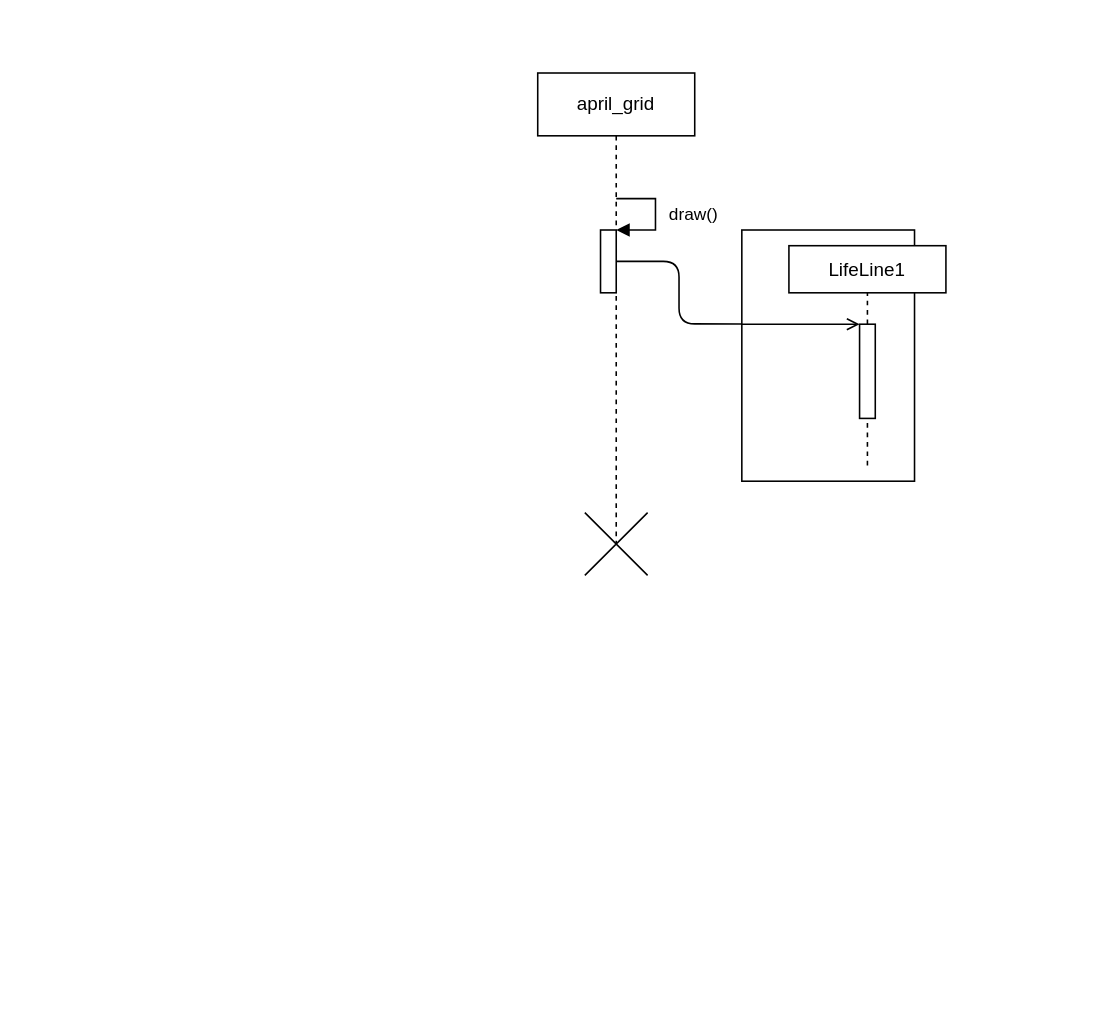
Earlier version of the draw.io diagram page "Page-1" (1 of 2) of example/system.drawio (pyro001/apriltag). Source tidied: cells renumbered, new cells numbered last; positions are measured from the earlier drawing's top-left corner, leaving out a move shared by most shapes. Both pictures are drawn from the tidied source at 157%, with x=0, y=0 at pixel (537, 72).
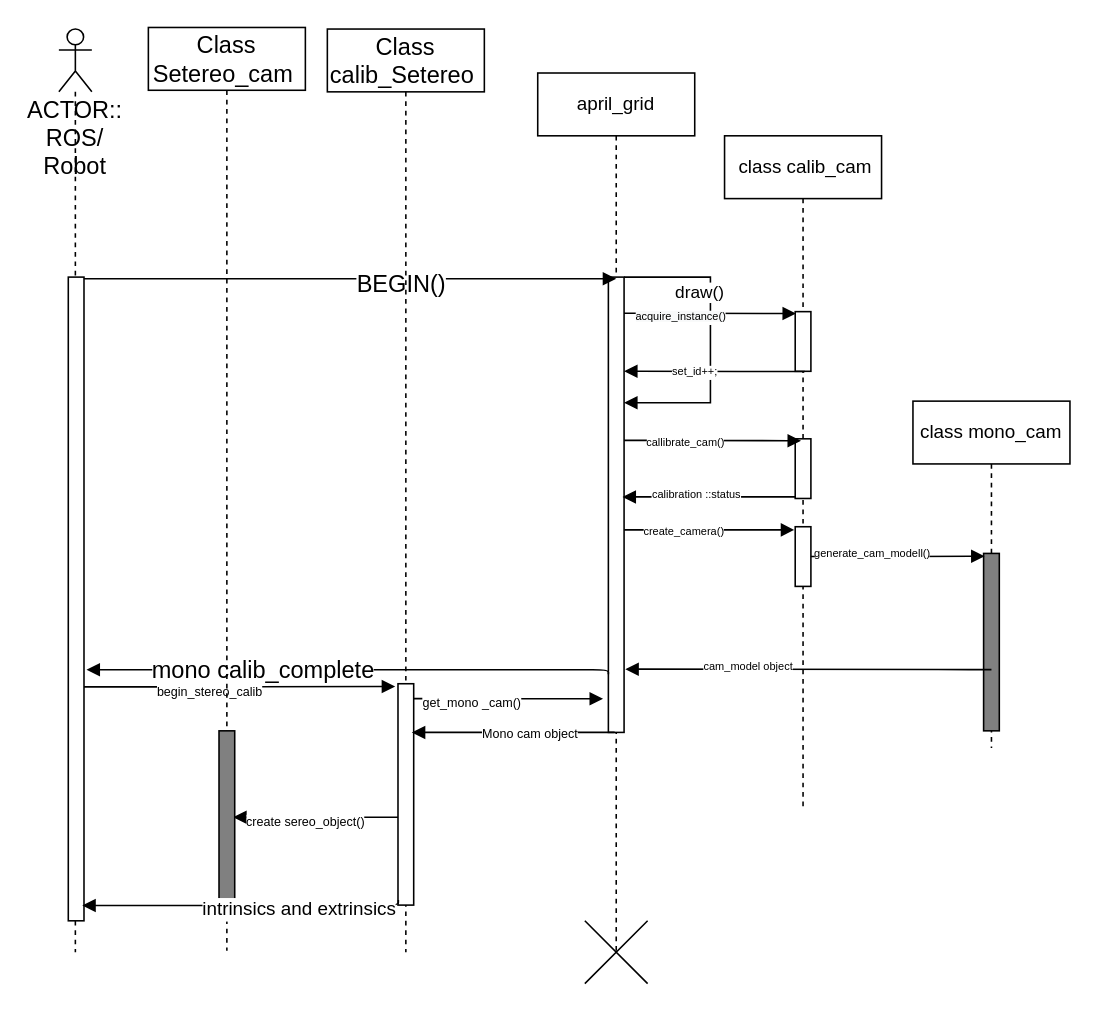
After the change.

Diff of the diagram source:
```diff
@@
     <mxCell id="2" value="april_grid" style="shape=umlLifeline;perimeter=lifelinePerimeter;whiteSpace=wrap;html=1;" parent="1" vertex="1">
-      <mxGeometry width="100" height="300" as="geometry" />
+      <mxGeometry width="100" height="560" as="geometry" />
     </mxCell>
-    <mxCell id="3" style="shape=umlDestroy;dashed=0;" parent="2" vertex="1">
-      <mxGeometry x="30" y="280" width="40" height="40" as="geometry" />
-    </mxCell>
     <mxCell id="4" style="html=1;points=[];perimeter=orthogonalPerimeter;" parent="2" vertex="1">
-      <mxGeometry x="40" y="100" width="10" height="40" as="geometry" />
+      <mxGeometry x="45" y="130" width="10" height="290" as="geometry" />
     </mxCell>
-    <mxCell id="5" value="draw()" style="edgeStyle=orthogonalEdgeStyle;html=1;align=left;spacingLeft=2;endArrow=block;rounded=0;entryX=1;entryY=0;" parent="2" edge="1" target="4">
-      <mxGeometry y="5" relative="1" as="geometry">
-        <mxPoint x="50" y="80" as="sourcePoint" />
+    <mxCell id="5" value="draw()" style="edgeStyle=orthogonalEdgeStyle;html=1;align=left;spacingLeft=2;endArrow=block;rounded=0;" parent="2" edge="1">
+      <mxGeometry x="-0.69" y="-10" relative="1" as="geometry">
+        <mxPoint x="55" y="130" as="sourcePoint" />
+        <mxPoint x="55" y="210" as="targetPoint" />
         <Array as="points">
-          <mxPoint x="75" y="80" />
-          <mxPoint x="75" y="100" />
+          <mxPoint x="110" y="130" />
+          <mxPoint x="110" y="210" />
         </Array>
       </mxGeometry>
     </mxCell>
-    <mxCell id="6" style="rounded=0;dashed=0;" parent="1" vertex="1">
-      <mxGeometry x="130" y="100" width="110" height="160" as="geometry" />
-    </mxCell>
-    <mxCell id="7" value="LifeLine1" style="rounded=0;dashed=0;" parent="6" vertex="1">
-      <mxGeometry x="30" y="10" width="100" height="30" as="geometry" />
-    </mxCell>
-    <mxCell id="8" style="rounded=0;dashed=0;" parent="6" vertex="1">
-      <mxGeometry x="75" y="60" width="10" height="60" as="geometry" />
-    </mxCell>
-    <mxCell id="9" style="html=1;verticalAlign=bottom;startArrow=none;endArrow=none;dashed=1;" parent="6" edge="1" source="8" target="7">
-      <mxGeometry relative="1" as="geometry" />
-    </mxCell>
-    <mxCell id="10" style="html=1;verticalAlign=bottom;startArrow=none;endArrow=none;dashed=1;" parent="6" edge="1" target="8">
-      <mxGeometry relative="1" as="geometry">
-        <mxPoint x="80" y="150" as="sourcePoint" />
-      </mxGeometry>
-    </mxCell>
-    <mxCell id="11" style="html=1;verticalAlign=bottom;startArrow=none;endArrow=open;endFill=0;" parent="6" edge="1">
-      <mxGeometry relative="1" as="geometry">
-        <mxPoint y="60" as="sourcePoint" />
-        <mxPoint x="75" y="60" as="targetPoint" />
-      </mxGeometry>
-    </mxCell>
-    <mxCell id="12" style="edgeStyle=orthogonalEdgeStyle;html=1;entryX=0.001;entryY=0.374;entryDx=0;entryDy=0;entryPerimeter=0;endArrow=none;endFill=0;" parent="1" edge="1" source="4" target="6">
-      <mxGeometry relative="1" as="geometry" />
-    </mxCell>
+    <mxCell id="13" value="class mono_cam" style="shape=umlLifeline;perimeter=lifelinePerimeter;whiteSpace=wrap;html=1;" parent="1" vertex="1">
+      <mxGeometry x="239" y="209" width="100" height="221" as="geometry" />
+    </mxCell>
+    <mxCell id="14" style="html=1;points=[];perimeter=orthogonalPerimeter;fillColor=#808080;" parent="13" vertex="1">
+      <mxGeometry x="45" y="97" width="10" height="113" as="geometry" />
+    </mxCell>
+    <mxCell id="15" value="&amp;nbsp;class calib_cam" style="shape=umlLifeline;perimeter=lifelinePerimeter;whiteSpace=wrap;html=1;" parent="1" vertex="1">
+      <mxGeometry x="119" y="40" width="100" height="430" as="geometry" />
+    </mxCell>
+    <mxCell id="16" style="html=1;perimeter=orthogonalPerimeter;" parent="15" vertex="1">
+      <mxGeometry x="45" y="112" width="10" height="38" as="geometry" />
+    </mxCell>
+    <mxCell id="17" style="html=1;points=[];perimeter=orthogonalPerimeter;" parent="15" vertex="1">
+      <mxGeometry x="45" y="249" width="10" height="38" as="geometry" />
+    </mxCell>
+    <mxCell id="3" style="shape=umlDestroy;dashed=0;" parent="1" vertex="1">
+      <mxGeometry x="30" y="540" width="40" height="40" as="geometry" />
+    </mxCell>
+    <mxCell id="18" style="edgeStyle=orthogonalEdgeStyle;html=1;fontSize=7;endArrow=block;endFill=1;exitX=0.72;exitY=0.976;exitDx=0;exitDy=0;exitPerimeter=0;" parent="1" edge="1">
+      <mxGeometry relative="1" as="geometry">
+        <mxPoint x="170.2" y="190.1" as="sourcePoint" />
+        <mxPoint x="55" y="190" as="targetPoint" />
+        <Array as="points">
+          <mxPoint x="139" y="190" />
+          <mxPoint x="139" y="190" />
+        </Array>
+      </mxGeometry>
+    </mxCell>
+    <mxCell id="19" value="set_id++;" style="edgeLabel;html=1;align=center;verticalAlign=middle;fontSize=7;" parent="18" vertex="1">
+      <mxGeometry x="0.24" relative="1" as="geometry" />
+    </mxCell>
+    <mxCell id="20" style="edgeStyle=orthogonalEdgeStyle;html=1;fontSize=7;endArrow=block;endFill=1;" parent="1" edge="1" source="4">
+      <mxGeometry relative="1" as="geometry">
+        <mxPoint x="164.5" y="153.2" as="targetPoint" />
+        <Array as="points">
+          <mxPoint x="80" y="153" />
+          <mxPoint x="80" y="153" />
+        </Array>
+      </mxGeometry>
+    </mxCell>
+    <mxCell id="21" value="&lt;span style=&quot;background-color: rgb(248 , 249 , 250)&quot;&gt;acquire_instance()&lt;/span&gt;" style="edgeLabel;html=1;align=center;verticalAlign=middle;fontSize=7;" parent="20" vertex="1">
+      <mxGeometry x="-0.35" y="-2" relative="1" as="geometry" />
+    </mxCell>
+    <mxCell id="22" style="edgeStyle=orthogonalEdgeStyle;html=1;fontSize=7;endArrow=block;endFill=1;" parent="1" edge="1">
+      <mxGeometry relative="1" as="geometry">
+        <mxPoint x="164" y="270" as="sourcePoint" />
+        <mxPoint x="54" y="270" as="targetPoint" />
+        <Array as="points">
+          <mxPoint x="140" y="270" />
+          <mxPoint x="140" y="270" />
+        </Array>
+      </mxGeometry>
+    </mxCell>
+    <mxCell id="23" value="calibration ::status" style="edgeLabel;html=1;align=center;verticalAlign=middle;fontSize=7;" parent="22" vertex="1">
+      <mxGeometry x="0.16" y="-2" relative="1" as="geometry" />
+    </mxCell>
+    <mxCell id="24" style="html=1;perimeter=orthogonalPerimeter;" parent="1" vertex="1">
+      <mxGeometry x="164" y="233" width="10" height="38" as="geometry" />
+    </mxCell>
+    <mxCell id="25" style="edgeStyle=orthogonalEdgeStyle;html=1;fontSize=7;endArrow=block;endFill=1;" parent="1" edge="1" source="4">
+      <mxGeometry relative="1" as="geometry">
+        <mxPoint x="167.7" y="234.2" as="targetPoint" />
+        <Array as="points">
+          <mxPoint x="80" y="234" />
+          <mxPoint x="80" y="234" />
+        </Array>
+      </mxGeometry>
+    </mxCell>
+    <mxCell id="26" value="callibrate_cam()" style="edgeLabel;html=1;align=center;verticalAlign=middle;fontSize=7;" parent="25" vertex="1">
+      <mxGeometry x="-0.3" y="-1" relative="1" as="geometry" />
+    </mxCell>
+    <mxCell id="27" style="edgeStyle=orthogonalEdgeStyle;html=1;entryX=0.062;entryY=0.016;entryDx=0;entryDy=0;entryPerimeter=0;fontSize=7;endArrow=block;endFill=1;" parent="1" edge="1" source="17" target="14">
+      <mxGeometry relative="1" as="geometry" />
+    </mxCell>
+    <mxCell id="28" value="generate_cam_modell()" style="edgeLabel;html=1;align=center;verticalAlign=middle;fontSize=7;" parent="27" vertex="1">
+      <mxGeometry x="-0.31" y="2" relative="1" as="geometry" />
+    </mxCell>
+    <mxCell id="29" style="edgeStyle=orthogonalEdgeStyle;html=1;fontSize=7;endArrow=block;endFill=1;" parent="1" edge="1" source="4">
+      <mxGeometry relative="1" as="geometry">
+        <mxPoint x="163.4" y="291" as="targetPoint" />
+        <Array as="points">
+          <mxPoint x="80" y="291" />
+          <mxPoint x="80" y="291" />
+        </Array>
+      </mxGeometry>
+    </mxCell>
+    <mxCell id="30" value="create_camera()" style="edgeLabel;html=1;align=center;verticalAlign=middle;fontSize=7;" parent="29" vertex="1">
+      <mxGeometry x="-0.31" y="-1" relative="1" as="geometry" />
+    </mxCell>
+    <mxCell id="31" style="edgeStyle=orthogonalEdgeStyle;html=1;fontSize=7;endArrow=block;endFill=1;" parent="1" edge="1">
+      <mxGeometry relative="1" as="geometry">
+        <mxPoint x="289" y="380" as="sourcePoint" />
+        <mxPoint x="55.8" y="379.7" as="targetPoint" />
+        <Array as="points">
+          <mxPoint x="265" y="380" />
+          <mxPoint x="265" y="380" />
+        </Array>
+      </mxGeometry>
+    </mxCell>
+    <mxCell id="32" value="cam_model object" style="edgeLabel;html=1;align=center;verticalAlign=middle;fontSize=7;" parent="31" vertex="1">
+      <mxGeometry x="0.34" y="-1" relative="1" as="geometry" />
+    </mxCell>
+    <mxCell id="33" style="edgeStyle=orthogonalEdgeStyle;html=1;fontSize=15;endArrow=block;endFill=1;" parent="1" edge="1">
+      <mxGeometry relative="1" as="geometry">
+        <mxPoint x="-294.7" y="131" as="sourcePoint" />
+        <mxPoint x="50" y="131" as="targetPoint" />
+        <Array as="points">
+          <mxPoint x="40" y="131" />
+        </Array>
+      </mxGeometry>
+    </mxCell>
+    <mxCell id="34" value="BEGIN()" style="edgeLabel;html=1;align=center;verticalAlign=middle;fontSize=15;" parent="33" vertex="1">
+      <mxGeometry x="0.2" y="-2" relative="1" as="geometry" />
+    </mxCell>
+    <mxCell id="35" value="&lt;font style=&quot;font-size: 15px&quot;&gt;ACTOR:: ROS/ Robot&lt;/font&gt;" style="shape=umlLifeline;participant=umlActor;perimeter=lifelinePerimeter;whiteSpace=wrap;html=1;verticalAlign=top;spacingTop=36;fontSize=7;" parent="1" vertex="1">
+      <mxGeometry x="-305" y="-28" width="21" height="588" as="geometry" />
+    </mxCell>
+    <mxCell id="36" value="Class calib_Setereo&amp;nbsp;" style="shape=umlLifeline;perimeter=lifelinePerimeter;whiteSpace=wrap;html=1;fontSize=15;" parent="1" vertex="1">
+      <mxGeometry x="-134" y="-28" width="100" height="588" as="geometry" />
+    </mxCell>
+    <mxCell id="37" style="edgeStyle=orthogonalEdgeStyle;html=1;entryX=-0.183;entryY=0.055;entryDx=0;entryDy=0;entryPerimeter=0;fontSize=15;endArrow=block;endFill=1;" parent="1" edge="1">
+      <mxGeometry relative="1" as="geometry">
+        <mxPoint x="-289" y="391" as="sourcePoint" />
+        <mxPoint x="-90.8" y="390.8" as="targetPoint" />
+        <Array as="points">
+          <mxPoint x="-254" y="391" />
+          <mxPoint x="-254" y="391" />
+        </Array>
+      </mxGeometry>
+    </mxCell>
+    <mxCell id="38" value="&lt;font style=&quot;font-size: 8px&quot;&gt;begin_stereo_calib&lt;/font&gt;" style="edgeLabel;html=1;align=center;verticalAlign=middle;fontSize=15;" parent="37" vertex="1">
+      <mxGeometry x="-0.19" relative="1" as="geometry" />
+    </mxCell>
+    <mxCell id="39" style="html=1;perimeter=orthogonalPerimeter;" parent="1" vertex="1">
+      <mxGeometry x="-299" y="130" width="10" height="410" as="geometry" />
+    </mxCell>
+    <mxCell id="40" style="edgeStyle=orthogonalEdgeStyle;html=1;fontSize=15;endArrow=block;endFill=1;entryX=1.162;entryY=0.615;entryDx=0;entryDy=0;entryPerimeter=0;" parent="1" edge="1">
+      <mxGeometry relative="1" as="geometry">
+        <mxPoint x="45" y="383" as="sourcePoint" />
+        <mxPoint x="-287.4" y="380.1" as="targetPoint" />
+        <Array as="points">
+          <mxPoint x="45" y="380" />
+        </Array>
+      </mxGeometry>
+    </mxCell>
+    <mxCell id="41" value="mono calib_complete" style="edgeLabel;html=1;align=center;verticalAlign=middle;fontSize=15;" parent="40" vertex="1">
+      <mxGeometry x="0.19" y="1" relative="1" as="geometry">
+        <mxPoint x="-23" y="-2" as="offset" />
+      </mxGeometry>
+    </mxCell>
+    <mxCell id="42" style="edgeStyle=orthogonalEdgeStyle;html=1;entryX=-0.341;entryY=0.926;entryDx=0;entryDy=0;entryPerimeter=0;fontSize=8;endArrow=block;endFill=1;" parent="1" edge="1" source="46" target="4">
+      <mxGeometry relative="1" as="geometry">
+        <Array as="points">
+          <mxPoint x="-19" y="399" />
+        </Array>
+      </mxGeometry>
+    </mxCell>
+    <mxCell id="43" value="get_mono _cam()" style="edgeLabel;html=1;align=center;verticalAlign=middle;fontSize=8;" parent="42" vertex="1">
+      <mxGeometry x="-0.4" y="-2" relative="1" as="geometry" />
+    </mxCell>
+    <mxCell id="44" style="edgeStyle=orthogonalEdgeStyle;html=1;entryX=0.9;entryY=0.097;entryDx=0;entryDy=0;entryPerimeter=0;fontSize=8;endArrow=block;endFill=1;" parent="1" edge="1">
+      <mxGeometry relative="1" as="geometry">
+        <mxPoint x="-89" y="474" as="sourcePoint" />
+        <mxPoint x="-194" y="474" as="targetPoint" />
+        <Array as="points">
+          <mxPoint x="-124" y="474" />
+          <mxPoint x="-124" y="474" />
+        </Array>
+      </mxGeometry>
+    </mxCell>
+    <mxCell id="45" value="create sereo_object()" style="edgeLabel;html=1;align=center;verticalAlign=middle;fontSize=8;" parent="44" vertex="1">
+      <mxGeometry x="0.14" y="2" relative="1" as="geometry" />
+    </mxCell>
+    <mxCell id="46" style="html=1;points=[];perimeter=orthogonalPerimeter;" parent="1" vertex="1">
+      <mxGeometry x="-89" y="389" width="10" height="141" as="geometry" />
+    </mxCell>
+    <mxCell id="47" style="edgeStyle=orthogonalEdgeStyle;html=1;fontSize=8;endArrow=block;endFill=1;" parent="1" edge="1">
+      <mxGeometry relative="1" as="geometry">
+        <mxPoint x="49" y="420" as="sourcePoint" />
+        <mxPoint x="-80.2" y="420" as="targetPoint" />
+        <Array as="points">
+          <mxPoint x="-10" y="420" />
+          <mxPoint x="-10" y="420" />
+        </Array>
+      </mxGeometry>
+    </mxCell>
+    <mxCell id="48" value="Mono cam object" style="edgeLabel;html=1;align=center;verticalAlign=middle;fontSize=8;" parent="47" vertex="1">
+      <mxGeometry x="-0.15" relative="1" as="geometry" />
+    </mxCell>
+    <mxCell id="49" value="Class Setereo_cam&amp;nbsp;" style="shape=umlLifeline;perimeter=lifelinePerimeter;whiteSpace=wrap;html=1;fontSize=15;" parent="1" vertex="1">
+      <mxGeometry x="-248" y="-29" width="100" height="588" as="geometry" />
+    </mxCell>
+    <mxCell id="50" style="html=1;perimeter=orthogonalPerimeter;fillColor=#808080;" parent="1" vertex="1">
+      <mxGeometry x="-203" y="419" width="10" height="113" as="geometry" />
+    </mxCell>
+    <mxCell id="51" style="edgeStyle=orthogonalEdgeStyle;html=1;entryX=0.886;entryY=0.937;entryDx=0;entryDy=0;entryPerimeter=0;fontSize=8;endArrow=block;endFill=1;exitX=0.024;exitY=0.977;exitDx=0;exitDy=0;exitPerimeter=0;" parent="1" edge="1" source="46">
+      <mxGeometry relative="1" as="geometry">
+        <mxPoint x="-290.1" y="530.2" as="targetPoint" />
+        <Array as="points">
+          <mxPoint x="-89" y="530" />
+        </Array>
+      </mxGeometry>
+    </mxCell>
+    <mxCell id="52" value="&lt;span style=&quot;font-size: 12px&quot;&gt;intrinsics and extrinsics&lt;/span&gt;" style="edgeLabel;html=1;align=center;verticalAlign=middle;fontSize=8;" parent="51" vertex="1">
+      <mxGeometry x="-0.35" y="2" relative="1" as="geometry" />
+    </mxCell>
```
